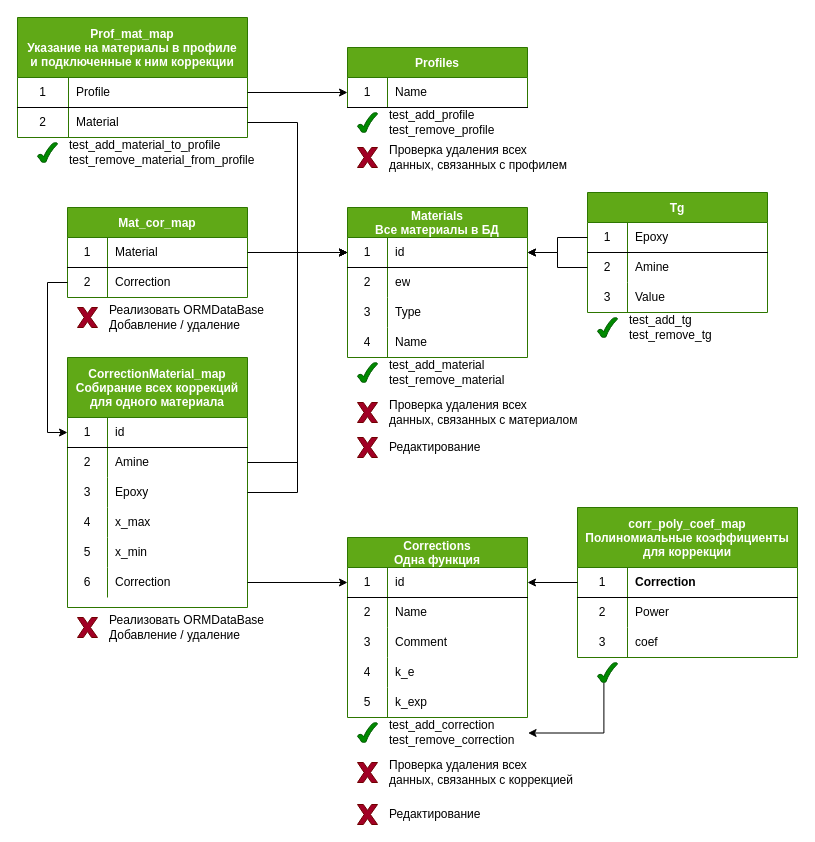
Before: data_db.drawio in ivanzuev78/Glass_transition_math, a draw.io diagram. Source tidied: cells renumbered, new cells numbered last; positions are measured from the earlier drawing's top-left corner, leaving out a move shared by most shapes. Both pictures are drawn from the tidied source at 100%, with x=0, y=0 at pixel (17, 17).
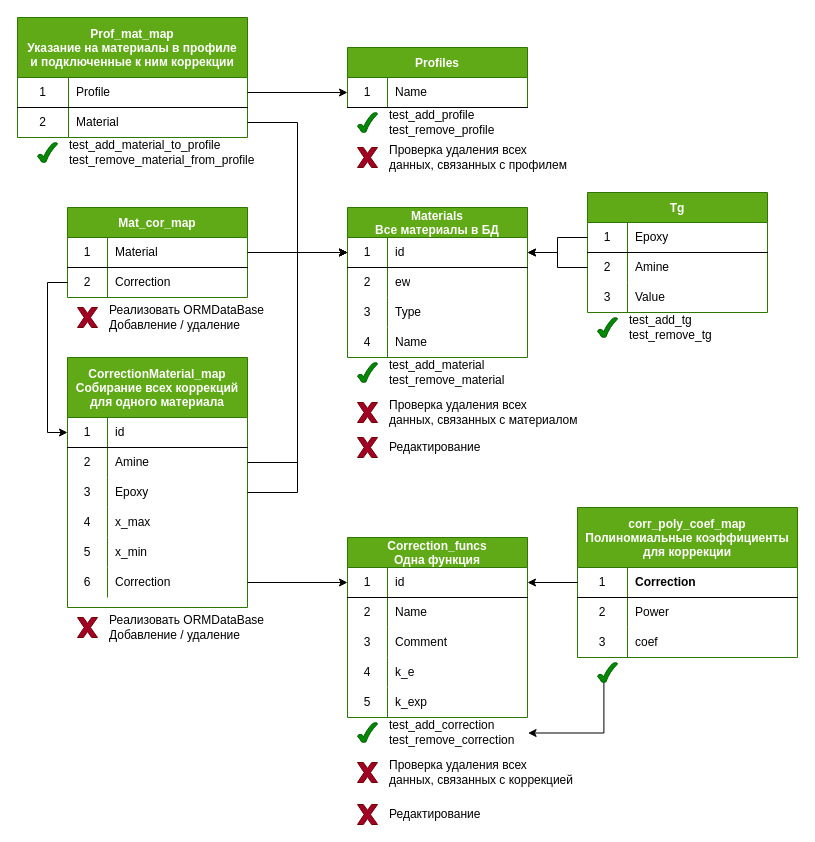
Above is the later version.

Commit message (it also covers changes not shown here):
Переименовал таблицу БД CorrectionMaterial_map в Correction_map

What changed in the source:
```diff
@@
-    <mxCell id="36" value="Corrections&#10;Одна функция" style="shape=table;startSize=30;childLayout=tableLayout;rowLines=0;fontStyle=1;align=center;fillColor=#60a917;strokeColor=#2D7600;fontColor=#ffffff;" parent="1" vertex="1">
+    <mxCell id="36" value="Correction_funcs&#10;Одна функция" style="shape=table;startSize=30;childLayout=tableLayout;rowLines=0;fontStyle=1;align=center;fillColor=#60a917;strokeColor=#2D7600;fontColor=#ffffff;" parent="1" vertex="1">
       <mxGeometry x="330" y="520" width="180" height="180" as="geometry" />
     </mxCell>
```
